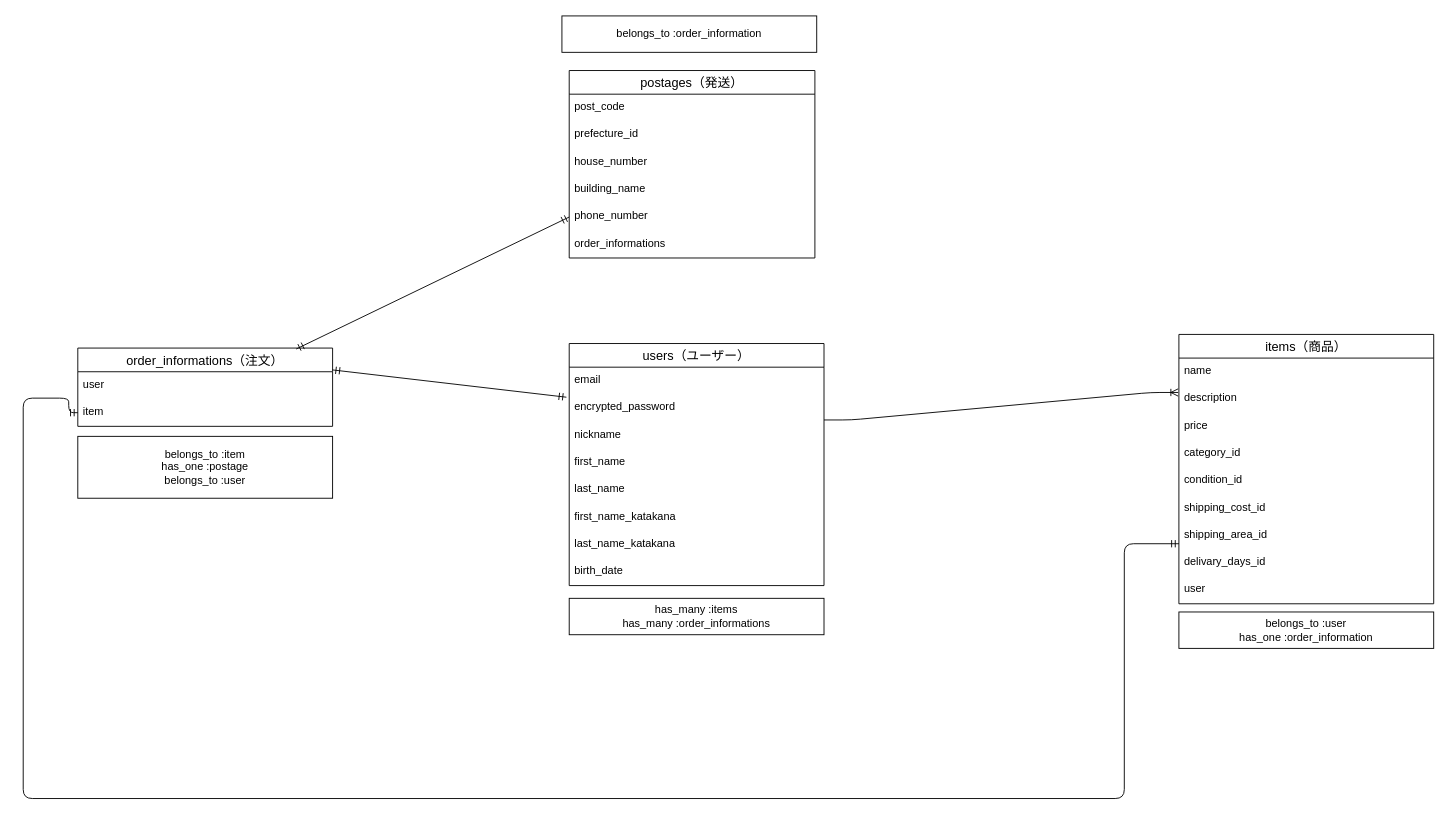
This is furima.dio from ippeiman/furima-39106, a draw.io file, before an edit. Source tidied: cells renumbered, new cells numbered last; positions are measured from the earlier drawing's top-left corner, leaving out a move shared by most shapes. Both pictures are drawn from the tidied source at 91%, with x=0, y=0 at pixel (23, 15).
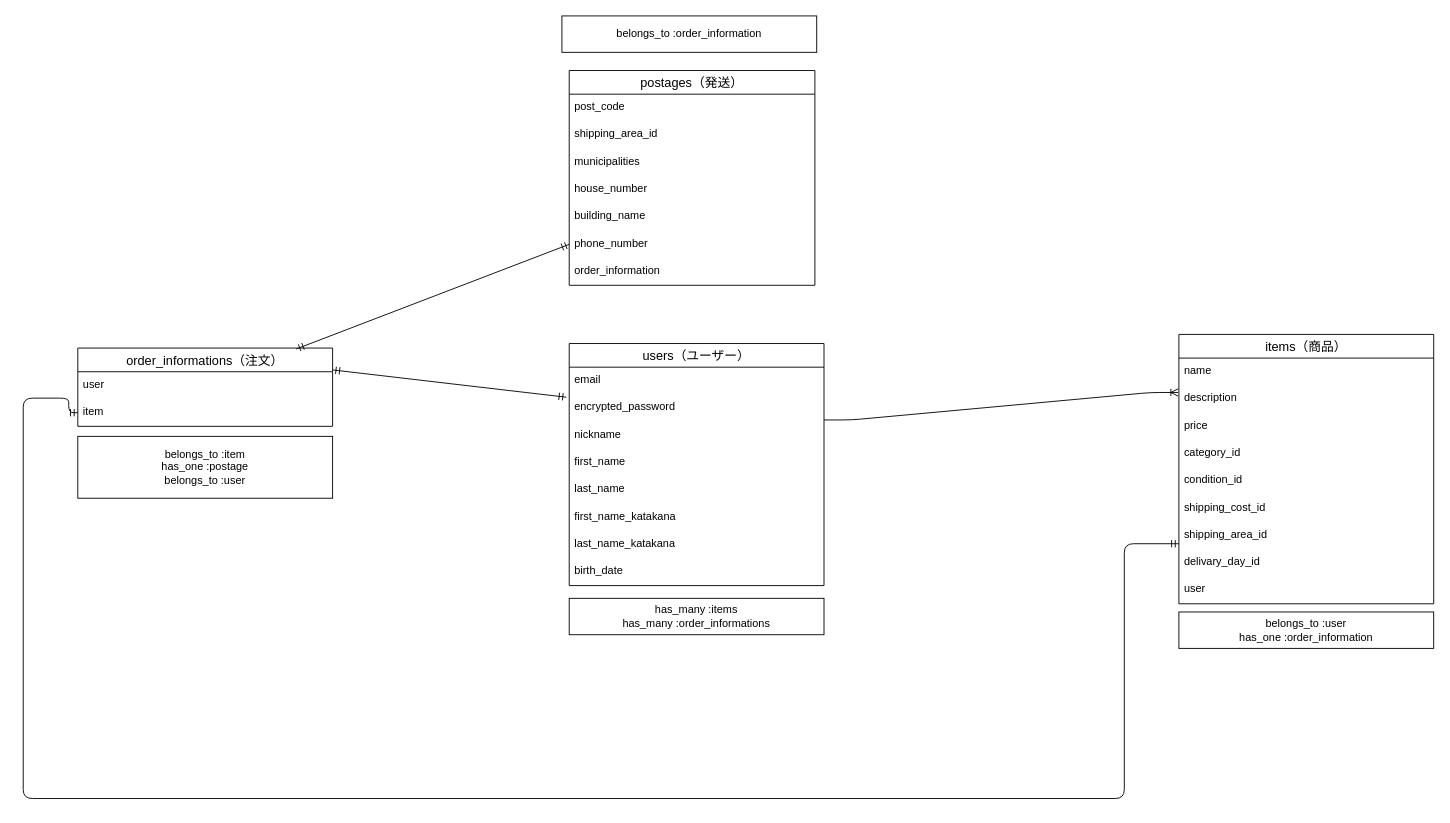
After the change.

Commit message (it also covers changes not shown here):
データベース設計rev.6

Unchanged cells that the change refers to:
```xml
<mxCell id="12" value="items（商品）" style="swimlane;fontStyle=0;horizontal=1;startSize=26;align=center;fontSize=14;" parent="1" vertex="1">
  <mxGeometry x="1270" y="350" width="280" height="296" as="geometry" />
</mxCell>
```

Change to the diagram source:
```diff
@@
-    <mxCell id="20" value="delivary_days_id" style="text;strokeColor=none;fillColor=none;spacingLeft=4;spacingRight=4;overflow=hidden;fontSize=12;" parent="12" vertex="1">
+    <mxCell id="20" value="delivary_day_id" style="text;strokeColor=none;fillColor=none;spacingLeft=4;spacingRight=4;overflow=hidden;fontSize=12;" parent="12" vertex="1">
       <mxGeometry y="236" width="280" height="30" as="geometry" />
     </mxCell>
@@
     <mxCell id="29" value="postages（発送）" style="swimlane;fontStyle=0;horizontal=1;startSize=26;align=center;fontSize=14;" parent="1" vertex="1">
-      <mxGeometry x="600" y="60" width="270" height="206" as="geometry" />
+      <mxGeometry x="600" y="60" width="270" height="236" as="geometry" />
     </mxCell>
@@
-    <mxCell id="31" value="prefecture_id" style="text;strokeColor=none;fillColor=none;spacingLeft=4;spacingRight=4;overflow=hidden;fontSize=12;" parent="29" vertex="1">
+    <mxCell id="31" value="shipping_area_id" style="text;strokeColor=none;fillColor=none;spacingLeft=4;spacingRight=4;overflow=hidden;fontSize=12;" parent="29" vertex="1">
       <mxGeometry y="56" width="270" height="30" as="geometry" />
     </mxCell>
+    <mxCell id="40" value="municipalities" style="text;strokeColor=none;fillColor=none;spacingLeft=4;spacingRight=4;overflow=hidden;fontSize=12;" parent="29" vertex="1">
+      <mxGeometry y="86" width="270" height="30" as="geometry" />
+    </mxCell>
     <mxCell id="32" value="house_number" style="text;strokeColor=none;fillColor=none;spacingLeft=4;spacingRight=4;overflow=hidden;fontSize=12;" parent="29" vertex="1">
-      <mxGeometry y="86" width="270" height="30" as="geometry" />
+      <mxGeometry y="116" width="270" height="30" as="geometry" />
     </mxCell>
     <mxCell id="33" value="building_name" style="text;strokeColor=none;fillColor=none;spacingLeft=4;spacingRight=4;overflow=hidden;fontSize=12;" parent="29" vertex="1">
-      <mxGeometry y="116" width="270" height="30" as="geometry" />
+      <mxGeometry y="146" width="270" height="30" as="geometry" />
     </mxCell>
     <mxCell id="34" value="phone_number" style="text;strokeColor=none;fillColor=none;spacingLeft=4;spacingRight=4;overflow=hidden;points=[[0,0.5],[1,0.5]];portConstraint=eastwest;fontSize=12;" parent="29" vertex="1">
-      <mxGeometry y="146" width="270" height="30" as="geometry" />
+      <mxGeometry y="176" width="270" height="30" as="geometry" />
     </mxCell>
-    <mxCell id="35" value="order_informations" style="text;strokeColor=none;fillColor=none;spacingLeft=4;spacingRight=4;overflow=hidden;fontSize=12;" parent="29" vertex="1">
-      <mxGeometry y="176" width="270" height="30" as="geometry" />
+    <mxCell id="35" value="order_information" style="text;strokeColor=none;fillColor=none;spacingLeft=4;spacingRight=4;overflow=hidden;fontSize=12;" parent="29" vertex="1">
+      <mxGeometry y="206" width="270" height="30" as="geometry" />
     </mxCell>
```
